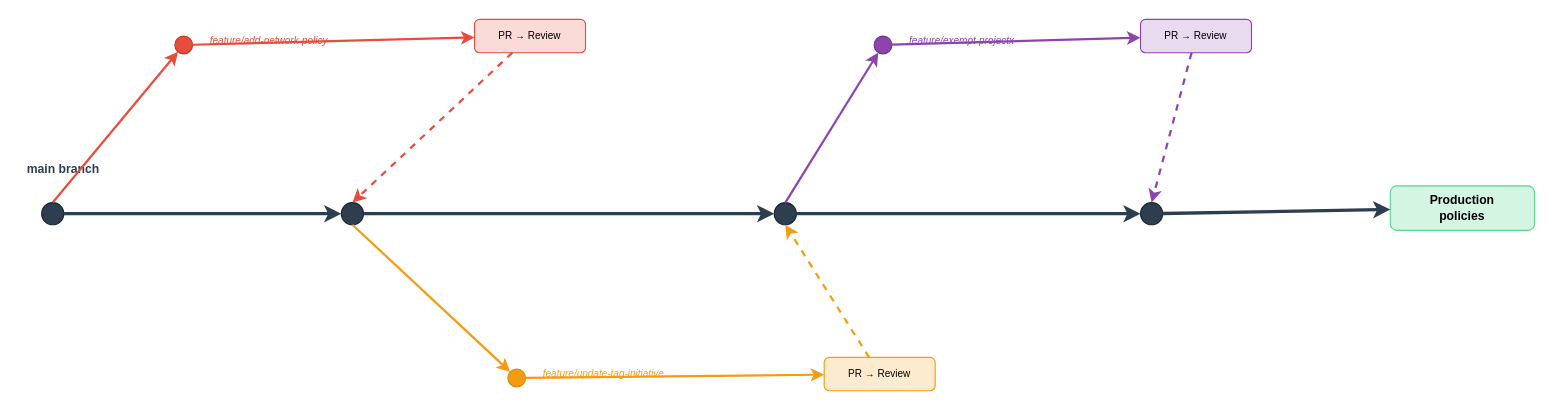
Before: images/policy-git-branching.drawio in ricmmartins/azure-governance-made-simple, a draw.io diagram. Source tidied: cells renumbered, new cells numbered last; positions are measured from the earlier drawing's top-left corner, leaving out a move shared by most shapes. Both pictures are drawn from the tidied source at 111%, with x=0, y=0 at pixel (24, 19).
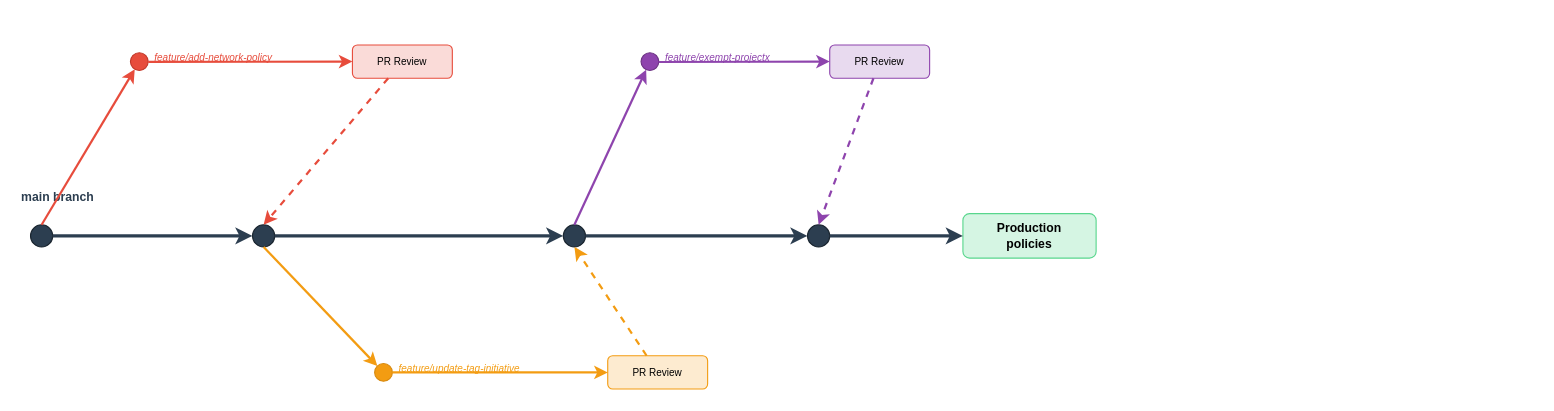
Above is the later version.

Diff of the diagram source:
```diff
@@
+    <mxCell id="3" value="main branch" style="text;html=1;align=left;verticalAlign=middle;fontStyle=1;fontSize=11;fontColor=#2C3E50;" parent="1" vertex="1">
+      <mxGeometry x="-5" y="145" width="90" height="30" as="geometry" />
+    </mxCell>
-    <mxCell id="2" style="ellipse;whiteSpace=wrap;fillColor=#2C3E50;strokeColor=#1A252F;" parent="1" vertex="1">
-      <mxGeometry x="15" y="165" width="20" height="20" as="geometry" />
+    <mxCell id="2" style="ellipse;fillColor=#2C3E50;strokeColor=#1A252F;" parent="1" vertex="1">
+      <mxGeometry x="5" y="185" width="20" height="20" as="geometry" />
     </mxCell>
-    <mxCell id="3" value="main branch" style="text;html=1;align=left;verticalAlign=middle;strokeColor=none;fillColor=none;fontStyle=1;fontSize=11;fontColor=#2C3E50;" parent="1" vertex="1">
-      <mxGeometry y="120" width="90" height="30" as="geometry" />
-    </mxCell>
-    <mxCell id="4" style="ellipse;whiteSpace=wrap;fillColor=#2C3E50;strokeColor=#1A252F;" parent="1" vertex="1">
-      <mxGeometry x="285" y="165" width="20" height="20" as="geometry" />
+    <mxCell id="4" style="ellipse;fillColor=#2C3E50;strokeColor=#1A252F;" parent="1" vertex="1">
+      <mxGeometry x="205" y="185" width="20" height="20" as="geometry" />
     </mxCell>
-    <mxCell id="5" style="ellipse;whiteSpace=wrap;fillColor=#2C3E50;strokeColor=#1A252F;" parent="1" vertex="1">
-      <mxGeometry x="675" y="165" width="20" height="20" as="geometry" />
+    <mxCell id="5" style="ellipse;fillColor=#2C3E50;strokeColor=#1A252F;" parent="1" vertex="1">
+      <mxGeometry x="485" y="185" width="20" height="20" as="geometry" />
     </mxCell>
-    <mxCell id="6" style="ellipse;whiteSpace=wrap;fillColor=#2C3E50;strokeColor=#1A252F;" parent="1" vertex="1">
-      <mxGeometry x="1005" y="165" width="20" height="20" as="geometry" />
+    <mxCell id="6" style="ellipse;fillColor=#2C3E50;strokeColor=#1A252F;" parent="1" vertex="1">
+      <mxGeometry x="705" y="185" width="20" height="20" as="geometry" />
     </mxCell>
     <mxCell id="7" value="Production&#10;policies" style="rounded=1;whiteSpace=wrap;fillColor=#D5F5E3;strokeColor=#58D68D;fontSize=11;fontStyle=1;" parent="1" vertex="1">
-      <mxGeometry x="1230" y="150" width="130" height="40" as="geometry" />
+      <mxGeometry x="845" y="175" width="120" height="40" as="geometry" />
     </mxCell>
@@
-    <mxCell id="12" style="ellipse;whiteSpace=wrap;fillColor=#E74C3C;strokeColor=#C0392B;" parent="1" vertex="1">
-      <mxGeometry x="135" y="15" width="16" height="16" as="geometry" />
-    </mxCell>
+    <mxCell id="30" style="ellipse;fillColor=#E74C3C;strokeColor=#C0392B;" parent="1" vertex="1">
+      <mxGeometry x="95" y="30" width="16" height="16" as="geometry" />
+    </mxCell>
-    <mxCell id="13" value="feature/add-network-policy" style="text;html=1;align=left;verticalAlign=middle;strokeColor=none;fillColor=none;fontSize=9;fontColor=#E74C3C;fontStyle=2;" parent="1" vertex="1">
-      <mxGeometry x="165" y="4.5" width="160" height="30" as="geometry" />
+    <mxCell id="13" value="feature/add-network-policy" style="text;fontSize=9;fontColor=#E74C3C;fontStyle=2;align=left;" parent="1" vertex="1">
+      <mxGeometry x="115" y="23" width="160" height="30" as="geometry" />
     </mxCell>
-    <mxCell id="14" value="PR → Review" style="rounded=1;whiteSpace=wrap;fillColor=#FADBD8;strokeColor=#E74C3C;fontSize=9;" parent="1" vertex="1">
-      <mxGeometry x="405" width="100" height="30" as="geometry" />
+    <mxCell id="14" value="PR Review" style="rounded=1;fillColor=#FADBD8;strokeColor=#E74C3C;fontSize=9;" parent="1" vertex="1">
+      <mxGeometry x="295" y="23" width="90" height="30" as="geometry" />
     </mxCell>
-    <mxCell id="15" style="strokeColor=#E74C3C;strokeWidth=2;exitX=0.5;exitY=0;exitDx=0;exitDy=0;" parent="1" edge="1" source="2" target="12">
+    <mxCell id="15" style="strokeColor=#E74C3C;strokeWidth=2;exitX=0.5;exitY=0;exitDx=0;exitDy=0;" parent="1" edge="1" source="2" target="30">
       <mxGeometry relative="1" as="geometry" />
     </mxCell>
-    <mxCell id="16" style="strokeColor=#E74C3C;strokeWidth=2;" parent="1" edge="1" source="12" target="14">
+    <mxCell id="16" style="strokeColor=#E74C3C;strokeWidth=2;" parent="1" edge="1" source="30" target="14">
       <mxGeometry relative="1" as="geometry" />
     </mxCell>
@@
-    <mxCell id="18" style="ellipse;whiteSpace=wrap;fillColor=#F39C12;strokeColor=#D68910;" parent="1" vertex="1">
-      <mxGeometry x="435" y="315" width="16" height="16" as="geometry" />
-    </mxCell>
+    <mxCell id="31" style="ellipse;fillColor=#F39C12;strokeColor=#D68910;" parent="1" vertex="1">
+      <mxGeometry x="315" y="310" width="16" height="16" as="geometry" />
+    </mxCell>
-    <mxCell id="19" value="feature/update-tag-initiative" style="text;html=1;align=left;verticalAlign=middle;strokeColor=none;fillColor=none;fontSize=9;fontColor=#F39C12;fontStyle=2;" parent="1" vertex="1">
-      <mxGeometry x="465" y="304.5" width="170" height="30" as="geometry" />
+    <mxCell id="19" value="feature/update-tag-initiative" style="text;fontSize=9;fontColor=#F39C12;fontStyle=2;align=left;" parent="1" vertex="1">
+      <mxGeometry x="335" y="303" width="170" height="30" as="geometry" />
     </mxCell>
-    <mxCell id="20" value="PR → Review" style="rounded=1;whiteSpace=wrap;fillColor=#FDEBD0;strokeColor=#F39C12;fontSize=9;" parent="1" vertex="1">
-      <mxGeometry x="720" y="304.5" width="100" height="30" as="geometry" />
+    <mxCell id="20" value="PR Review" style="rounded=1;fillColor=#FDEBD0;strokeColor=#F39C12;fontSize=9;" parent="1" vertex="1">
+      <mxGeometry x="525" y="303" width="90" height="30" as="geometry" />
     </mxCell>
-    <mxCell id="21" style="strokeColor=#F39C12;strokeWidth=2;exitX=0.5;exitY=1;exitDx=0;exitDy=0;" parent="1" edge="1" source="4" target="18">
+    <mxCell id="21" style="strokeColor=#F39C12;strokeWidth=2;exitX=0.5;exitY=1;exitDx=0;exitDy=0;" parent="1" edge="1" source="4" target="31">
       <mxGeometry relative="1" as="geometry" />
     </mxCell>
-    <mxCell id="22" style="strokeColor=#F39C12;strokeWidth=2;" parent="1" edge="1" source="18" target="20">
+    <mxCell id="22" style="strokeColor=#F39C12;strokeWidth=2;" parent="1" edge="1" source="31" target="20">
       <mxGeometry relative="1" as="geometry" />
     </mxCell>
@@
-    <mxCell id="24" style="ellipse;whiteSpace=wrap;fillColor=#8E44AD;strokeColor=#6C3483;" parent="1" vertex="1">
-      <mxGeometry x="765" y="15" width="16" height="16" as="geometry" />
-    </mxCell>
+    <mxCell id="32" style="ellipse;fillColor=#8E44AD;strokeColor=#6C3483;" parent="1" vertex="1">
+      <mxGeometry x="555" y="30" width="16" height="16" as="geometry" />
+    </mxCell>
-    <mxCell id="25" value="feature/exempt-projectx" style="text;html=1;align=left;verticalAlign=middle;strokeColor=none;fillColor=none;fontSize=9;fontColor=#8E44AD;fontStyle=2;" parent="1" vertex="1">
-      <mxGeometry x="795" y="4.5" width="140" height="30" as="geometry" />
+    <mxCell id="25" value="feature/exempt-projectx" style="text;fontSize=9;fontColor=#8E44AD;fontStyle=2;align=left;" parent="1" vertex="1">
+      <mxGeometry x="575" y="23" width="140" height="30" as="geometry" />
     </mxCell>
-    <mxCell id="26" value="PR → Review" style="rounded=1;whiteSpace=wrap;fillColor=#E8DAEF;strokeColor=#8E44AD;fontSize=9;" parent="1" vertex="1">
-      <mxGeometry x="1005" width="100" height="30" as="geometry" />
+    <mxCell id="26" value="PR Review" style="rounded=1;fillColor=#E8DAEF;strokeColor=#8E44AD;fontSize=9;" parent="1" vertex="1">
+      <mxGeometry x="725" y="23" width="90" height="30" as="geometry" />
     </mxCell>
-    <mxCell id="27" style="strokeColor=#8E44AD;strokeWidth=2;exitX=0.5;exitY=0;exitDx=0;exitDy=0;" parent="1" edge="1" source="5" target="24">
+    <mxCell id="27" style="strokeColor=#8E44AD;strokeWidth=2;exitX=0.5;exitY=0;exitDx=0;exitDy=0;" parent="1" edge="1" source="5" target="32">
       <mxGeometry relative="1" as="geometry" />
     </mxCell>
-    <mxCell id="28" style="strokeColor=#8E44AD;strokeWidth=2;" parent="1" edge="1" source="24" target="26">
+    <mxCell id="28" style="strokeColor=#8E44AD;strokeWidth=2;" parent="1" edge="1" source="32" target="26">
       <mxGeometry relative="1" as="geometry" />
     </mxCell>
```
